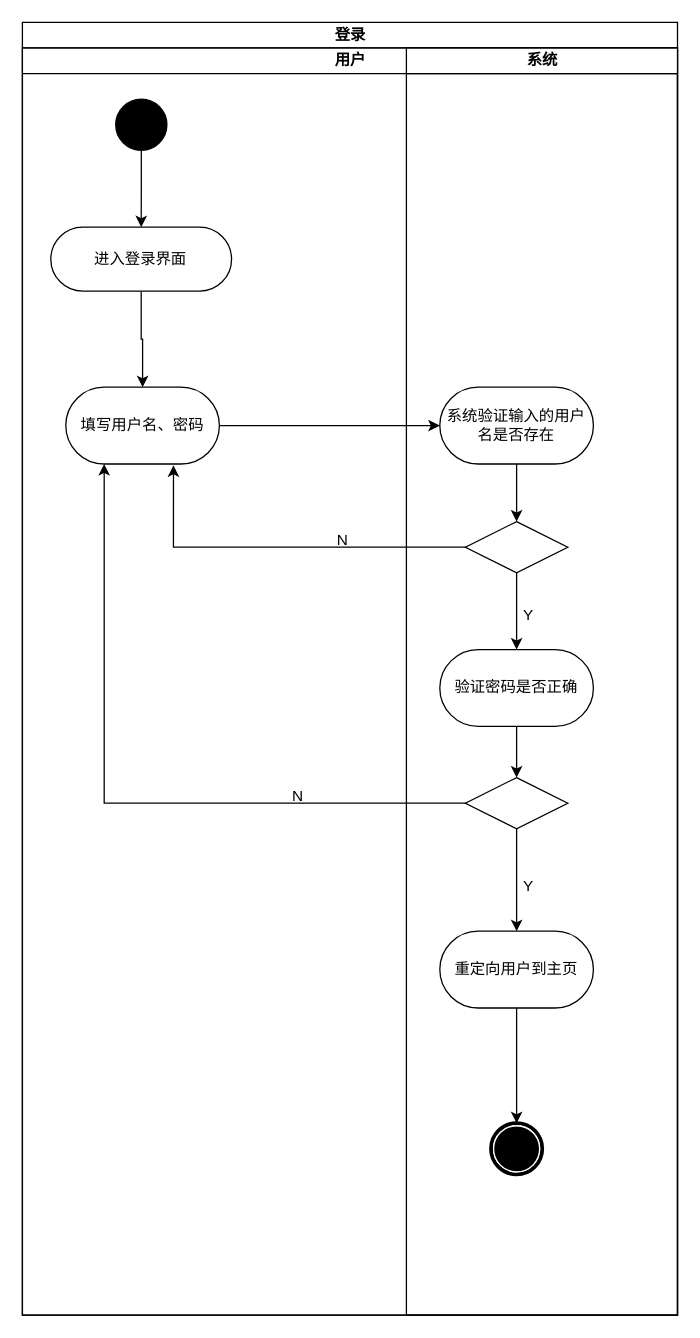
w1ntercube/TJ-SE-Design keeps this draw.io diagram as page "功能建模" (1 of 2) of 文档/需求分析规约文档/三种建模/01登录用例建模.drawio. Above is the earlier version. Source tidied: cells renumbered, new cells numbered last; positions are measured from the earlier drawing's top-left corner, leaving out a move shared by most shapes. Both pictures are drawn from the tidied source at 128%, with x=0, y=0 at pixel (22, 22).
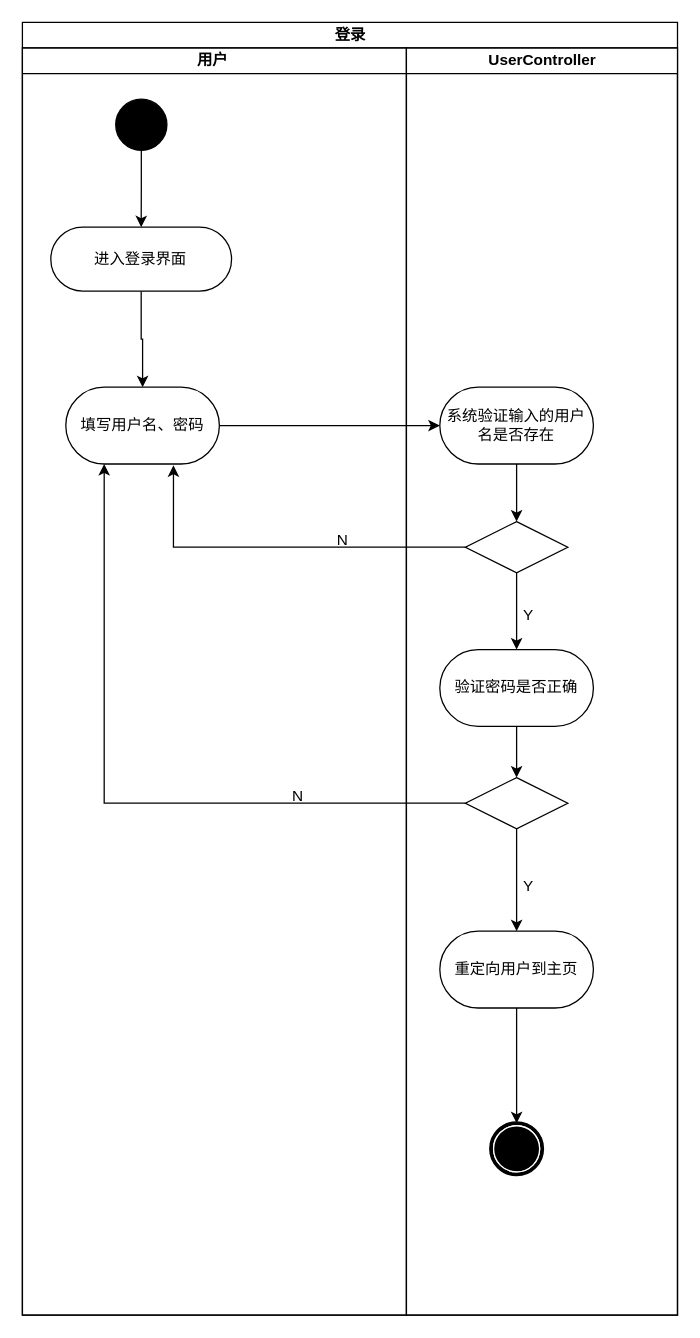
The same page after the edit.

The change refers to these unchanged cells:
```xml
<mxCell id="2" value="登录" style="swimlane;html=1;startSize=20;rounded=0;shadow=0;comic=0;labelBackgroundColor=none;strokeWidth=1;fontFamily=Verdana;fontSize=12;align=center;" parent="1" vertex="1">
  <mxGeometry width="511.8" height="1010" as="geometry" />
</mxCell>
```

Diff of the diagram source:
```diff
@@
-    <mxCell id="3" value="用户" style="swimlane;html=1;startSize=20;" parent="2" vertex="1">
-      <mxGeometry y="20" width="511.8" height="990" as="geometry" />
+    <mxCell id="3" value="用户&amp;nbsp;" style="swimlane;html=1;startSize=20;align=center;" parent="2" vertex="1">
+      <mxGeometry y="20" width="300" height="990" as="geometry" />
     </mxCell>
@@
-    <mxCell id="10" value="系统" style="swimlane;html=1;startSize=20;" parent="3" vertex="1">
+    <mxCell id="10" value="UserController" style="swimlane;html=1;startSize=20;" parent="3" vertex="1">
       <mxGeometry x="300" width="211.8" height="990" as="geometry" />
     </mxCell>
```
